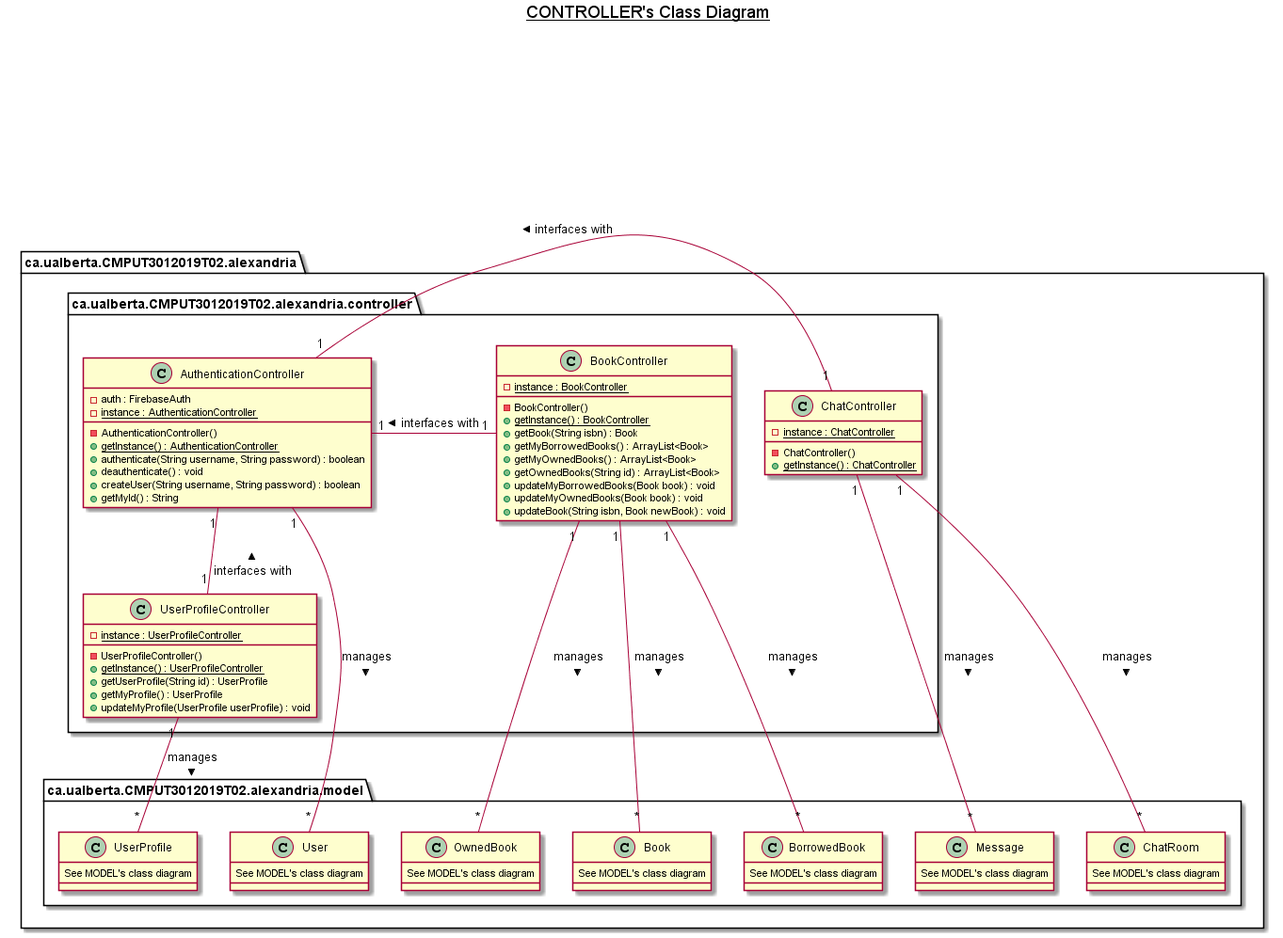
cmput301w19t02/Alexandria keeps this PlantUML diagram as doc/uml/class_diagrams/CONTROLLER's Class Diagram.png. Above is the earlier version.
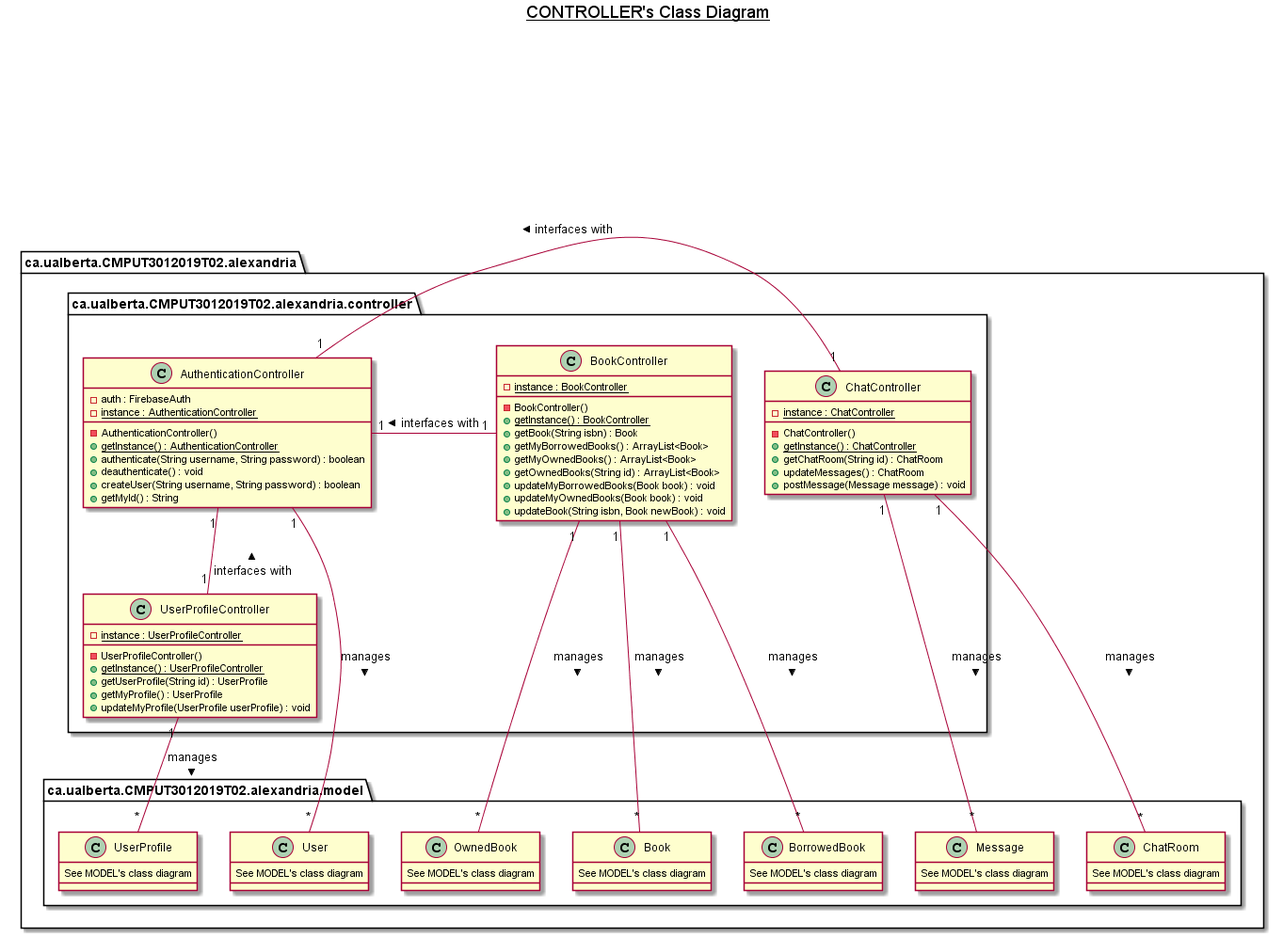
After the change.

Commit message:
Add complete DataController to UML. Clean up plantuml code

Change to the diagram source:
```diff
@@ -43,6 +43,9 @@
             {static} - instance : ChatController
             - ChatController()
             {static} + getInstance() : ChatController
+            + getChatRoom(String id) : ChatRoom
+            + updateMessages() : ChatRoom
+            + postMessage(Message message) : void
         }
 
     }
```
